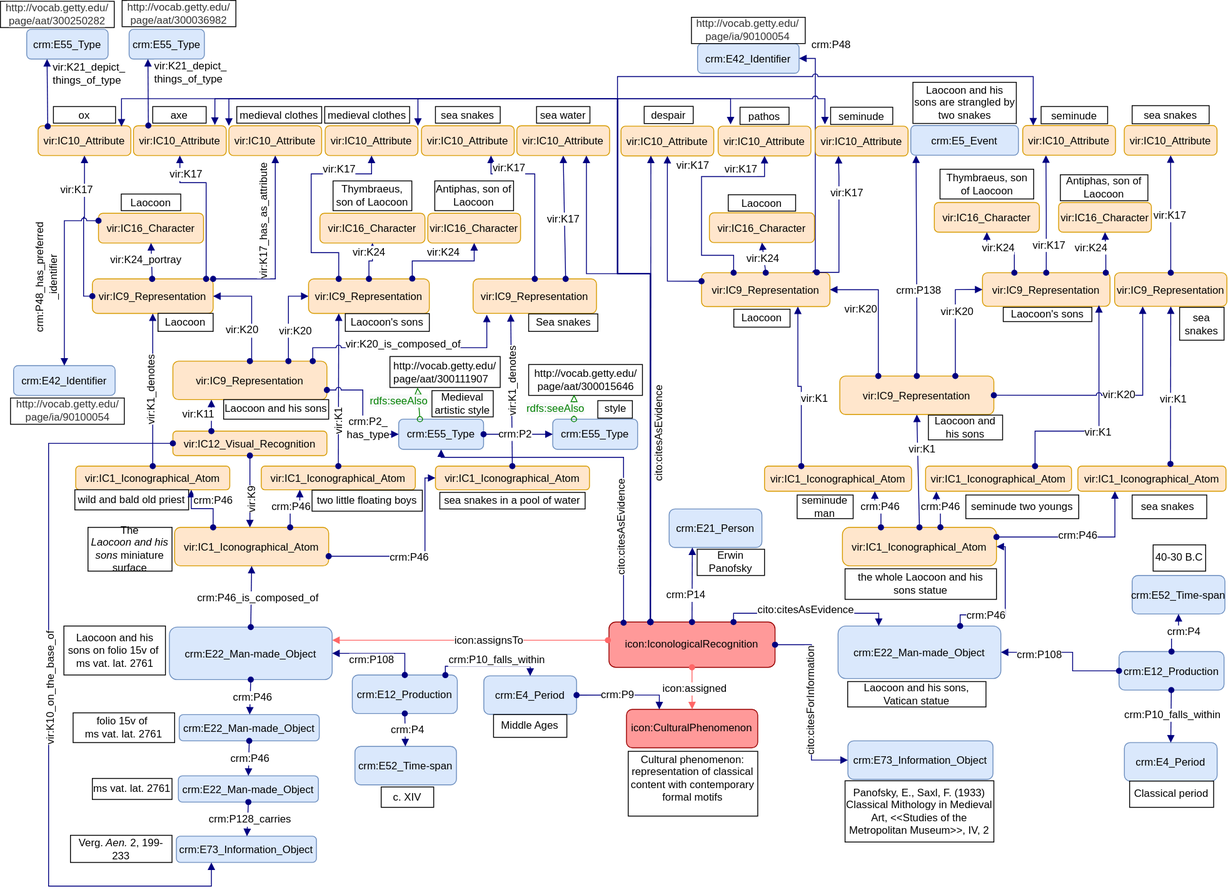
The draw.io diagram images/article_schemes_new/Laocoon-5.svg in SofiBar/Icon, before a commit. Source tidied: cells renumbered, new cells last; positions are measured from the earlier drawing's top-left corner, leaving out a move shared by most shapes.
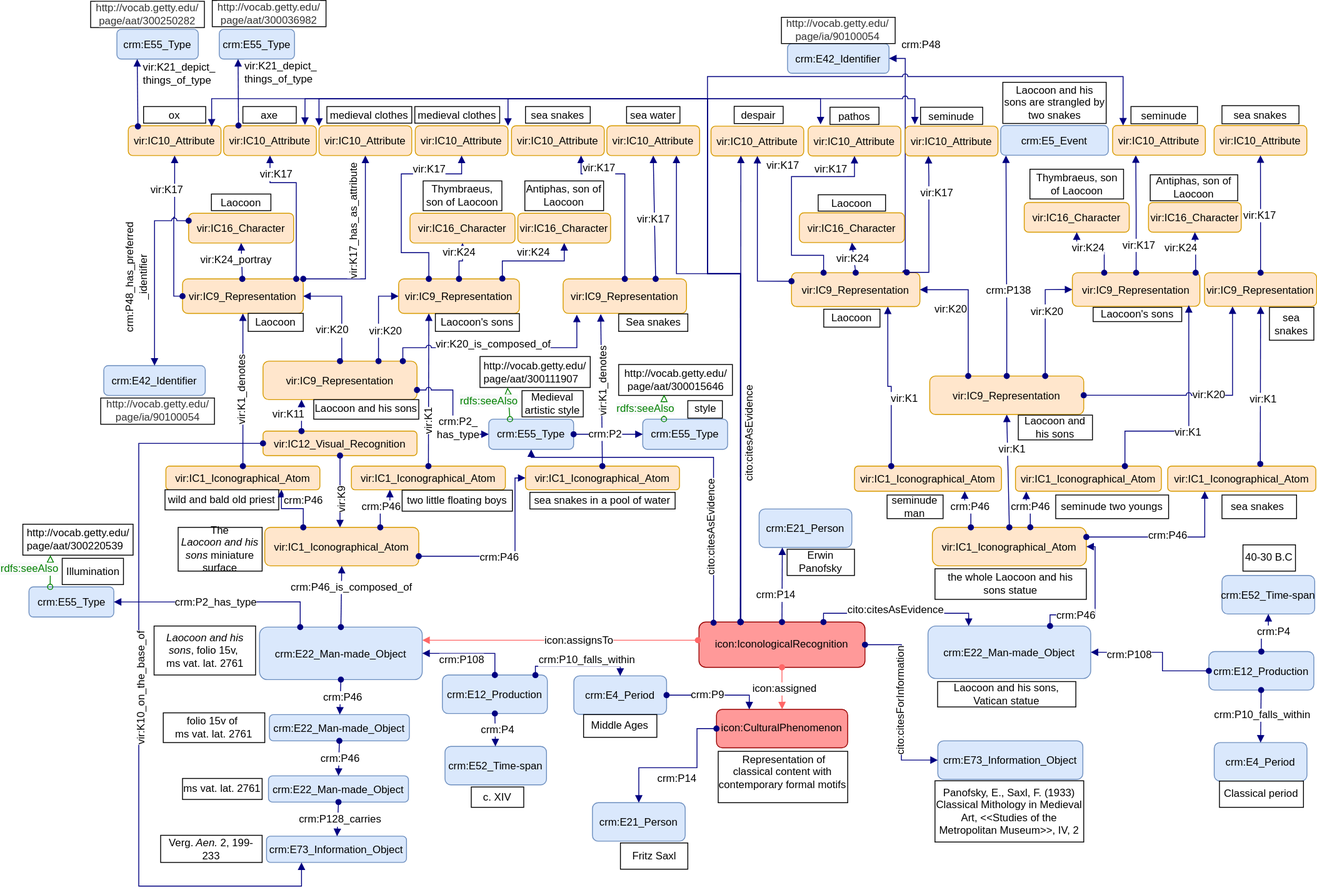
Later version of the same file.

Change to the diagram source:
```diff
@@ -7,3 +7,3 @@
     </mxCell>
-    <mxCell id="3" value="&lt;p style=&quot;margin-top: 0pt ; margin-bottom: 0pt ; margin-left: 0in ; direction: ltr ; unicode-bidi: embed ; word-break: normal ; font-size: 12px&quot;&gt;&lt;span style=&quot;color: rgb(51 , 51 , 51) ; font-size: 12px&quot;&gt;&lt;a href=&quot;http://vocab.getty.edu/page/ia/901000541&quot;&gt;http://vocab.getty.edu/&lt;/a&gt;&lt;/span&gt;&lt;/p&gt;&lt;p style=&quot;margin-top: 0pt ; margin-bottom: 0pt ; margin-left: 0in ; direction: ltr ; unicode-bidi: embed ; word-break: normal ; font-size: 12px&quot;&gt;&lt;span style=&quot;color: rgb(51 , 51 , 51) ; font-size: 12px&quot;&gt;&lt;a href=&quot;http://vocab.getty.edu/page/ia/901000541&quot;&gt;page/ia/90100054&lt;/a&gt;&lt;/span&gt;&lt;br style=&quot;font-size: 12px&quot;&gt;&lt;/p&gt;" style="rounded=0;whiteSpace=wrap;html=1;labelBackgroundColor=none;fillColor=#FFFFFF;fontFamily=Helvetica;fontSize=12;" parent="1" vertex="1">
+    <mxCell id="3" value="&lt;p style=&quot;margin-top: 0pt ; margin-bottom: 0pt ; margin-left: 0in ; direction: ltr ; unicode-bidi: embed ; word-break: normal ; font-size: 12px&quot;&gt;&lt;span style=&quot;color: rgb(51 , 51 , 51) ; font-size: 12px&quot;&gt;&lt;a href=&quot;http://vocab.getty.edu/page/ia/901000541&quot; style=&quot;font-size: 12px;&quot;&gt;http://vocab.getty.edu/&lt;/a&gt;&lt;/span&gt;&lt;/p&gt;&lt;p style=&quot;margin-top: 0pt ; margin-bottom: 0pt ; margin-left: 0in ; direction: ltr ; unicode-bidi: embed ; word-break: normal ; font-size: 12px&quot;&gt;&lt;span style=&quot;color: rgb(51 , 51 , 51) ; font-size: 12px&quot;&gt;&lt;a href=&quot;http://vocab.getty.edu/page/ia/901000541&quot; style=&quot;font-size: 12px;&quot;&gt;page/ia/90100054&lt;/a&gt;&lt;/span&gt;&lt;br style=&quot;font-size: 12px&quot;&gt;&lt;/p&gt;" style="rounded=0;whiteSpace=wrap;html=1;labelBackgroundColor=none;fillColor=#FFFFFF;fontFamily=Helvetica;fontSize=12;" parent="1" vertex="1">
       <mxGeometry x="11.5" y="454.4" width="130" height="30" as="geometry" />
@@ -55,3 +55,3 @@
     </mxCell>
-    <mxCell id="17" value="&lt;p style=&quot;margin-top: 0pt; margin-bottom: 0pt; margin-left: 0in; direction: ltr; unicode-bidi: embed; word-break: normal; font-size: 12px;&quot;&gt;&lt;font style=&quot;font-size: 12px&quot;&gt;Laocoon and his sons on&amp;nbsp;folio 15v of&amp;nbsp;&lt;/font&gt;&lt;/p&gt;&lt;font style=&quot;font-size: 12px&quot;&gt;ms vat. lat. 2761&lt;/font&gt;" style="rounded=0;whiteSpace=wrap;html=1;labelBackgroundColor=none;fillColor=#FFFFFF;fontFamily=Helvetica;fontSize=12;" parent="1" vertex="1">
+    <mxCell id="17" value="&lt;p style=&quot;margin-top: 0pt ; margin-bottom: 0pt ; margin-left: 0in ; direction: ltr ; unicode-bidi: embed ; word-break: normal ; font-size: 12px&quot;&gt;&lt;font style=&quot;font-size: 12px&quot;&gt;&lt;i&gt;Laocoon and his sons&lt;/i&gt;, folio 15v,&amp;nbsp;&lt;/font&gt;&lt;/p&gt;&lt;font style=&quot;font-size: 12px&quot;&gt;ms vat. lat. 2761&lt;/font&gt;" style="rounded=0;whiteSpace=wrap;html=1;labelBackgroundColor=none;fillColor=#FFFFFF;fontFamily=Helvetica;fontSize=12;" parent="1" vertex="1">
       <mxGeometry x="72.5" y="715" width="116" height="56" as="geometry" />
@@ -63,3 +63,3 @@
       <mxGeometry x="-0.02" y="2" relative="1" as="geometry">
-        <mxPoint x="9" as="offset" />
+        <mxPoint x="13.5" y="-11.9" as="offset" />
       </mxGeometry>
@@ -125,4 +125,4 @@
     </mxCell>
-    <mxCell id="35" value="&lt;p style=&quot;margin-top: 0pt; margin-bottom: 0pt; margin-left: 0in; direction: ltr; unicode-bidi: embed; word-break: normal; font-size: 12px;&quot;&gt;&lt;/p&gt;&lt;div style=&quot;font-size: 12px;&quot;&gt;&lt;span style=&quot;font-size: 12px&quot;&gt;Cultural phenomenon: representation of classical content with contemporary formal motifs&lt;/span&gt;&lt;br style=&quot;font-size: 12px;&quot;&gt;&lt;/div&gt;&lt;p style=&quot;font-size: 12px;&quot;&gt;&lt;/p&gt;" style="rounded=0;whiteSpace=wrap;html=1;labelBackgroundColor=none;fillColor=#FFFFFF;align=center;fontFamily=Helvetica;fontSize=12;" parent="1" vertex="1">
-      <mxGeometry x="717.2" y="858.3" width="148" height="74" as="geometry" />
+    <mxCell id="35" value="&lt;p style=&quot;margin-top: 0pt ; margin-bottom: 0pt ; margin-left: 0in ; direction: ltr ; unicode-bidi: embed ; word-break: normal ; font-size: 12px&quot;&gt;&lt;/p&gt;&lt;div style=&quot;font-size: 12px&quot;&gt;&lt;span style=&quot;font-size: 12px&quot;&gt;&amp;nbsp;Representation of classical content with contemporary formal motifs&lt;/span&gt;&lt;br style=&quot;font-size: 12px&quot;&gt;&lt;/div&gt;&lt;p style=&quot;font-size: 12px&quot;&gt;&lt;/p&gt;" style="rounded=0;whiteSpace=wrap;html=1;labelBackgroundColor=none;fillColor=#FFFFFF;align=center;fontFamily=Helvetica;fontSize=12;" parent="1" vertex="1">
+      <mxGeometry x="717.2" y="858.3" width="148" height="58.7" as="geometry" />
     </mxCell>
@@ -273,3 +273,3 @@
     </mxCell>
-    <mxCell id="73" value="&lt;span style=&quot;text-align: left&quot;&gt;vir:K17_has_as_attribute&lt;/span&gt;" style="text;html=1;align=center;verticalAlign=middle;labelBackgroundColor=#ffffff;fontFamily=Helvetica;fontSize=12;rotation=-90;" parent="72" vertex="1">
+    <mxCell id="73" value="&lt;span style=&quot;text-align: left; font-size: 12px;&quot;&gt;vir:K17_has_as_attribute&lt;/span&gt;" style="text;html=1;align=center;verticalAlign=middle;labelBackgroundColor=#ffffff;fontFamily=Helvetica;fontSize=12;rotation=-90;" parent="72" vertex="1">
       <mxGeometry x="-0.02" y="2" relative="1" as="geometry">
@@ -624,3 +624,3 @@
     </mxCell>
-    <mxCell id="164" value="&lt;span style=&quot;text-align: left&quot;&gt;vir:K1_denotes&lt;/span&gt;" style="text;html=1;align=center;verticalAlign=middle;labelBackgroundColor=#ffffff;fontFamily=Helvetica;fontSize=12;rotation=-90;" parent="163" vertex="1">
+    <mxCell id="164" value="&lt;span style=&quot;text-align: left; font-size: 12px;&quot;&gt;vir:K1_denotes&lt;/span&gt;" style="text;html=1;align=center;verticalAlign=middle;labelBackgroundColor=#ffffff;fontFamily=Helvetica;fontSize=12;rotation=-90;" parent="163" vertex="1">
       <mxGeometry x="-0.02" y="2" relative="1" as="geometry" />
@@ -843,3 +843,3 @@
     </mxCell>
-    <mxCell id="218" value="&lt;span style=&quot;text-align: left ; font-size: 12px&quot;&gt;crm:P2_&lt;br&gt;has_type&lt;/span&gt;" style="text;html=1;align=center;verticalAlign=middle;labelBackgroundColor=#ffffff;fontFamily=Helvetica;fontSize=12;" parent="217" vertex="1">
+    <mxCell id="218" value="&lt;span style=&quot;text-align: left ; font-size: 12px&quot;&gt;crm:P2_&lt;br style=&quot;font-size: 12px;&quot;&gt;has_type&lt;/span&gt;" style="text;html=1;align=center;verticalAlign=middle;labelBackgroundColor=#ffffff;fontFamily=Helvetica;fontSize=12;" parent="217" vertex="1">
       <mxGeometry x="-0.02" y="2" relative="1" as="geometry">
@@ -964,3 +964,3 @@
     </mxCell>
-    <mxCell id="237" value="&lt;span style=&quot;background-color: rgb(255 , 255 , 255) ; font-size: 12px&quot;&gt;&lt;span class=&quot;TextRun  BCX0 SCXP101828001&quot; lang=&quot;IT-IT&quot; style=&quot;margin: 0px ; padding: 0.0931973px 0px 0px ; letter-spacing: 0px ; text-align: left ; line-height: 16px ; vertical-align: -0.0931973px ; font-size: 12px&quot;&gt;&lt;span class=&quot;NormalTextRun  BCX0 SCXP101828001&quot; style=&quot;margin: 0px ; padding: 0px ; vertical-align: 0.0931973px ; line-height: 0px ; position: relative ; font-size: 12px&quot;&gt;crm:P48_has_pref&lt;/span&gt;&lt;/span&gt;&lt;span class=&quot;TextRun  BCX0 SCXP101828001&quot; lang=&quot;IT-IT&quot; style=&quot;margin: 0px ; padding: 0.0931973px 0px 0px ; letter-spacing: 0px ; text-align: left ; line-height: 16px ; vertical-align: -0.0931973px ; font-size: 12px&quot;&gt;&lt;span class=&quot;NormalTextRun  BCX0 SCXP101828001&quot; style=&quot;margin: 0px ; padding: 0px ; vertical-align: 0.0931973px ; line-height: 0px ; position: relative ; font-size: 12px&quot;&gt;erred&lt;br&gt;_identifier&lt;/span&gt;&lt;/span&gt;&lt;/span&gt;" style="text;html=1;align=center;verticalAlign=middle;labelBackgroundColor=#ffffff;rotation=-90;fontFamily=Helvetica;fontSize=12;" parent="236" vertex="1">
+    <mxCell id="237" value="&lt;span style=&quot;background-color: rgb(255 , 255 , 255) ; font-size: 12px&quot;&gt;&lt;span class=&quot;TextRun  BCX0 SCXP101828001&quot; lang=&quot;IT-IT&quot; style=&quot;margin: 0px ; padding: 0.0931973px 0px 0px ; letter-spacing: 0px ; text-align: left ; line-height: 16px ; vertical-align: -0.0931973px ; font-size: 12px&quot;&gt;&lt;span class=&quot;NormalTextRun  BCX0 SCXP101828001&quot; style=&quot;margin: 0px ; padding: 0px ; vertical-align: 0.0931973px ; line-height: 0px ; position: relative ; font-size: 12px&quot;&gt;crm:P48_has_pref&lt;/span&gt;&lt;/span&gt;&lt;span class=&quot;TextRun  BCX0 SCXP101828001&quot; lang=&quot;IT-IT&quot; style=&quot;margin: 0px ; padding: 0.0931973px 0px 0px ; letter-spacing: 0px ; text-align: left ; line-height: 16px ; vertical-align: -0.0931973px ; font-size: 12px&quot;&gt;&lt;span class=&quot;NormalTextRun  BCX0 SCXP101828001&quot; style=&quot;margin: 0px ; padding: 0px ; vertical-align: 0.0931973px ; line-height: 0px ; position: relative ; font-size: 12px&quot;&gt;erred&lt;br style=&quot;font-size: 12px;&quot;&gt;_identifier&lt;/span&gt;&lt;/span&gt;&lt;/span&gt;" style="text;html=1;align=center;verticalAlign=middle;labelBackgroundColor=#ffffff;rotation=-90;fontFamily=Helvetica;fontSize=12;" parent="236" vertex="1">
       <mxGeometry x="-0.02" y="2" relative="1" as="geometry">
@@ -997,6 +997,6 @@
     </mxCell>
-    <mxCell id="246" value="&lt;div style=&quot;text-align: left&quot;&gt;&lt;span style=&quot;background-color: rgb(255 , 255 , 255)&quot;&gt;http://vocab.getty.edu/&lt;/span&gt;&lt;/div&gt;&lt;div style=&quot;text-align: left&quot;&gt;&lt;span style=&quot;background-color: rgb(255 , 255 , 255)&quot;&gt;page/aat/300111907&lt;/span&gt;&lt;/div&gt;" style="rounded=0;whiteSpace=wrap;html=1;labelBackgroundColor=none;fillColor=#FFFFFF;fontFamily=Helvetica;fontSize=12;" parent="1" vertex="1">
+    <mxCell id="246" value="&lt;div style=&quot;text-align: left; font-size: 12px;&quot;&gt;&lt;span style=&quot;background-color: rgb(255, 255, 255); font-size: 12px;&quot;&gt;http://vocab.getty.edu/&lt;/span&gt;&lt;/div&gt;&lt;div style=&quot;text-align: left; font-size: 12px;&quot;&gt;&lt;span style=&quot;background-color: rgb(255, 255, 255); font-size: 12px;&quot;&gt;page/aat/300111907&lt;/span&gt;&lt;/div&gt;" style="rounded=0;whiteSpace=wrap;html=1;labelBackgroundColor=none;fillColor=#FFFFFF;fontFamily=Helvetica;fontSize=12;" parent="1" vertex="1">
       <mxGeometry x="445" y="407" width="126" height="35.4" as="geometry" />
     </mxCell>
-    <mxCell id="247" value="&lt;p style=&quot;margin-top: 0pt ; margin-bottom: 0pt ; margin-left: 0in ; direction: ltr ; unicode-bidi: embed ; word-break: normal ; font-size: 12px&quot;&gt;&lt;span style=&quot;background-color: rgb(255 , 255 , 255)&quot;&gt;http://vocab.getty.edu/&lt;/span&gt;&lt;/p&gt;&lt;p style=&quot;margin-top: 0pt ; margin-bottom: 0pt ; margin-left: 0in ; direction: ltr ; unicode-bidi: embed ; word-break: normal ; font-size: 12px&quot;&gt;&lt;span style=&quot;background-color: rgb(255 , 255 , 255)&quot;&gt;page/aat/300015646&lt;/span&gt;&lt;br&gt;&lt;/p&gt;" style="rounded=0;whiteSpace=wrap;html=1;labelBackgroundColor=none;fillColor=#FFFFFF;fontFamily=Helvetica;fontSize=12;" parent="1" vertex="1">
+    <mxCell id="247" value="&lt;p style=&quot;margin-top: 0pt ; margin-bottom: 0pt ; margin-left: 0in ; direction: ltr ; unicode-bidi: embed ; word-break: normal ; font-size: 12px&quot;&gt;&lt;span style=&quot;background-color: rgb(255, 255, 255); font-size: 12px;&quot;&gt;http://vocab.getty.edu/&lt;/span&gt;&lt;/p&gt;&lt;p style=&quot;margin-top: 0pt ; margin-bottom: 0pt ; margin-left: 0in ; direction: ltr ; unicode-bidi: embed ; word-break: normal ; font-size: 12px&quot;&gt;&lt;span style=&quot;background-color: rgb(255, 255, 255); font-size: 12px;&quot;&gt;page/aat/300015646&lt;/span&gt;&lt;br style=&quot;font-size: 12px;&quot;&gt;&lt;/p&gt;" style="rounded=0;whiteSpace=wrap;html=1;labelBackgroundColor=none;fillColor=#FFFFFF;fontFamily=Helvetica;fontSize=12;" parent="1" vertex="1">
       <mxGeometry x="603.5" y="416.1" width="130" height="35.3" as="geometry" />
@@ -1025,2 +1025,47 @@
     </mxCell>
+    <mxCell id="254" value="crm:E55_Type" style="graphMlID=n4;shape=rect;rounded=1;arcsize=30;strokeWidth=1.0;fillColor=#dae8fc;strokeColor=#6c8ebf;whiteSpace=wrap;fontFamily=Helvetica;fontSize=12;" parent="1" vertex="1">
+      <mxGeometry x="-70.5" y="670.3" width="97" height="34.5" as="geometry" />
+    </mxCell>
+    <mxCell id="255" value="&lt;div style=&quot;text-align: left; font-size: 12px;&quot;&gt;&lt;span style=&quot;background-color: rgb(255, 255, 255); font-size: 12px;&quot;&gt;http://vocab.getty.edu/&lt;/span&gt;&lt;/div&gt;&lt;div style=&quot;text-align: left; font-size: 12px;&quot;&gt;&lt;span style=&quot;background-color: rgb(255, 255, 255); font-size: 12px;&quot;&gt;page/aat/300220539&lt;/span&gt;&lt;/div&gt;" style="rounded=0;whiteSpace=wrap;html=1;labelBackgroundColor=none;fillColor=#FFFFFF;fontFamily=Helvetica;fontSize=12;" parent="1" vertex="1">
+      <mxGeometry x="-77.5" y="598.7" width="126" height="35.4" as="geometry" />
+    </mxCell>
+    <mxCell id="256" value="&lt;p style=&quot;margin-top: 0pt ; margin-bottom: 0pt ; margin-left: 0in ; direction: ltr ; unicode-bidi: embed ; word-break: normal ; font-size: 12px&quot;&gt;&lt;font style=&quot;font-size: 12px&quot;&gt;Illumination&lt;/font&gt;&lt;/p&gt;" style="rounded=0;whiteSpace=wrap;html=1;labelBackgroundColor=none;fillColor=#FFFFFF;fontFamily=Helvetica;fontSize=12;" parent="1" vertex="1">
+      <mxGeometry x="-32.5" y="637.7" width="70" height="30" as="geometry" />
+    </mxCell>
+    <mxCell id="257" style="graphMlID=e0;rounded=0;endArrow=block;strokeColor=#000080;strokeWidth=1.0;startArrow=oval;startFill=1;endFill=1;exitX=0.25;exitY=0;exitDx=0;exitDy=0;entryX=1;entryY=0.5;entryDx=0;entryDy=0;edgeStyle=orthogonalEdgeStyle;fontFamily=Helvetica;fontSize=12;" parent="1" edge="1" source="16" target="254">
+      <mxGeometry relative="1" as="geometry" />
+    </mxCell>
+    <mxCell id="258" value="&lt;span style=&quot;text-align: left; font-size: 12px;&quot;&gt;crm:P2_&lt;/span&gt;&lt;span style=&quot;text-align: left; font-size: 12px;&quot;&gt;has_type&lt;/span&gt;" style="text;html=1;align=center;verticalAlign=middle;labelBackgroundColor=#ffffff;fontFamily=Helvetica;fontSize=12;" parent="257" vertex="1">
+      <mxGeometry x="-0.02" y="2" relative="1" as="geometry">
+        <mxPoint x="-6.5" y="-2" as="offset" />
+      </mxGeometry>
+    </mxCell>
+    <mxCell id="259" style="graphMlID=e2;rounded=0;endArrow=block;strokeColor=#008000;strokeWidth=1.0;startArrow=oval;startFill=0;endFill=0;exitX=0.25;exitY=0;exitDx=0;exitDy=0;entryX=0.25;entryY=1;entryDx=0;entryDy=0;fontFamily=Helvetica;fontSize=12;" parent="1" edge="1" source="254" target="255">
+      <mxGeometry relative="1" as="geometry" />
+    </mxCell>
+    <mxCell id="260" value="&lt;span style=&quot;color: rgb(0, 128, 0); background-color: rgb(248, 249, 250); font-size: 12px;&quot;&gt;&lt;font style=&quot;font-size: 12px;&quot;&gt;rdfs:seeAlso&lt;/font&gt;&lt;/span&gt;" style="text;html=1;align=center;verticalAlign=middle;labelBackgroundColor=#ffffff;fontFamily=Helvetica;fontSize=12;" parent="259" vertex="1">
+      <mxGeometry x="-0.09" y="3" relative="1" as="geometry">
+        <mxPoint x="-20.9" y="-4.9" as="offset" />
+      </mxGeometry>
+    </mxCell>
+    <mxCell id="261" value="crm:E21_Person" style="graphMlID=n4;shape=rect;rounded=1;arcsize=30;fillColor=#dae8fc;strokeColor=#6c8ebf;strokeWidth=1.0;fontFamily=Helvetica;fontSize=12;" parent="1" vertex="1">
+      <mxGeometry x="573.5" y="917" width="106" height="44" as="geometry" />
+    </mxCell>
+    <mxCell id="262" value="&lt;p style=&quot;margin-top: 0pt ; margin-bottom: 0pt ; margin-left: 0in ; direction: ltr ; unicode-bidi: embed ; word-break: normal ; font-size: 12px&quot;&gt;&lt;font style=&quot;font-size: 12px&quot;&gt;&lt;span style=&quot;font-size: 12px&quot;&gt;Fritz Saxl&lt;/span&gt;&lt;/font&gt;&lt;/p&gt;" style="rounded=0;whiteSpace=wrap;html=1;labelBackgroundColor=none;fillColor=#FFFFFF;fontFamily=Helvetica;fontSize=12;" parent="1" vertex="1">
+      <mxGeometry x="605.5" y="963" width="77" height="30" as="geometry" />
+    </mxCell>
+    <mxCell id="263" style="graphMlID=e0;rounded=0;endArrow=block;strokeColor=#000080;strokeWidth=1.0;startArrow=oval;startFill=1;endFill=1;fontFamily=Helvetica;entryX=0.5;entryY=0;entryDx=0;entryDy=0;fontSize=12;exitX=0;exitY=0.5;exitDx=0;exitDy=0;edgeStyle=orthogonalEdgeStyle;" parent="1" edge="1" source="34" target="261">
+      <mxGeometry relative="1" as="geometry">
+        <Array as="points">
+          <mxPoint x="693" y="832" />
+          <mxPoint x="693" y="877" />
+          <mxPoint x="627" y="877" />
+        </Array>
+      </mxGeometry>
+    </mxCell>
+    <mxCell id="264" value="&lt;span style=&quot;text-align: left; font-size: 12px;&quot;&gt;crm:P14&lt;/span&gt;" style="text;html=1;align=center;verticalAlign=middle;labelBackgroundColor=#ffffff;fontFamily=Helvetica;fontSize=12;" parent="263" vertex="1">
+      <mxGeometry x="-0.02" y="2" relative="1" as="geometry">
+        <mxPoint x="-5.3" y="10.8" as="offset" />
+      </mxGeometry>
+    </mxCell>
   </root>
```
